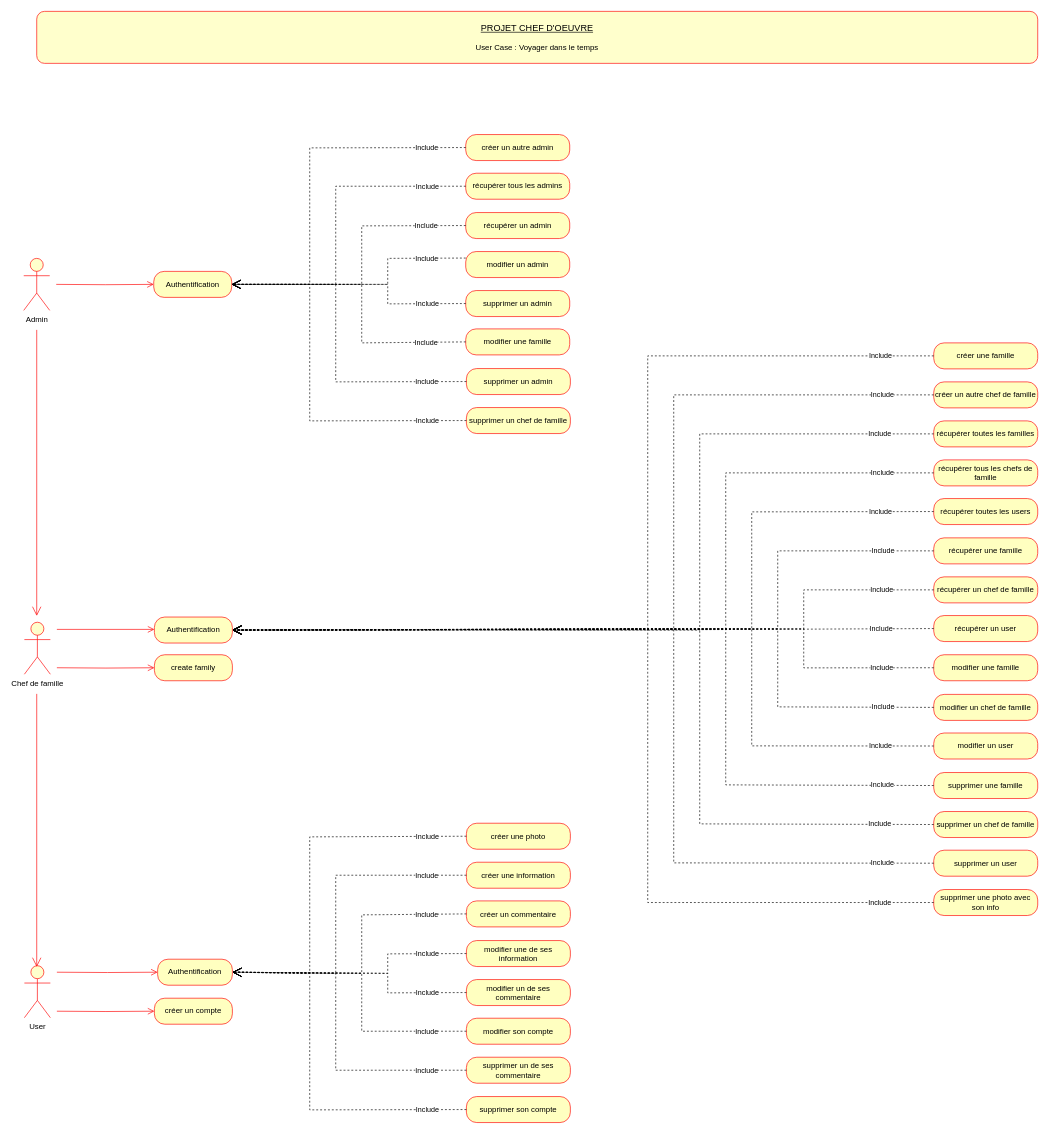
The draw.io diagram test.drawio/userCase.drawio in sandrine-proenca/Voyager_dans_le_temps, before the edit. Source tidied: cells renumbered, new cells numbered last; positions are measured from the earlier drawing's top-left corner, leaving out a move shared by most shapes. Both pictures are drawn from the tidied source at 65%, with x=0, y=0 at pixel (23, 11).
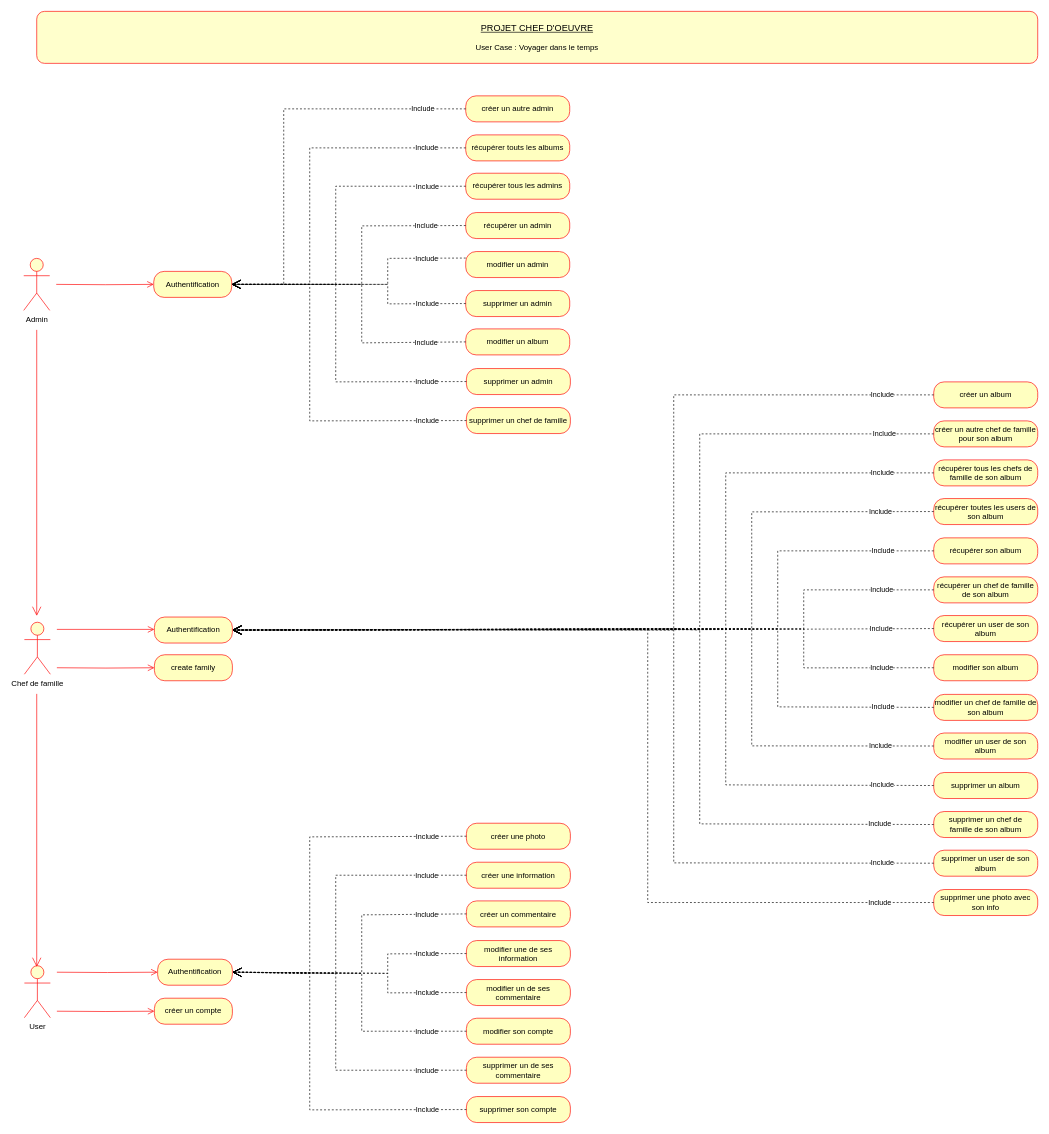
The same diagram, later.

Unchanged cells that the change refers to:
```xml
<mxCell id="8" value="Authentification" style="rounded=1;whiteSpace=wrap;html=1;arcSize=40;fontColor=#000000;fillColor=#ffffc0;strokeColor=#ff0000;" parent="1" vertex="1">
  <mxGeometry x="200" y="400" width="120" height="40" as="geometry" />
</mxCell>
<mxCell id="10" value="Authentification" style="rounded=1;whiteSpace=wrap;html=1;arcSize=40;fontColor=#000000;fillColor=#ffffc0;strokeColor=#ff0000;" parent="1" vertex="1">
  <mxGeometry x="201" y="931.8" width="120" height="40" as="geometry" />
</mxCell>
```

The edit, as a diff of the source:
```diff
@@
-    <mxCell id="18" value="récupérer toutes les familles" style="rounded=1;whiteSpace=wrap;html=1;arcSize=40;fontColor=#000000;fillColor=#ffffc0;strokeColor=#ff0000;" parent="1" vertex="1">
-      <mxGeometry x="1400" y="630" width="160" height="40" as="geometry" />
+    <mxCell id="18" value="récupérer touts les albums" style="rounded=1;whiteSpace=wrap;html=1;arcSize=40;fontColor=#000000;fillColor=#ffffc0;strokeColor=#ff0000;" parent="1" vertex="1">
+      <mxGeometry x="680" y="190" width="160" height="40" as="geometry" />
     </mxCell>
-    <mxCell id="19" value="récupérer tous les chefs de famille" style="rounded=1;whiteSpace=wrap;html=1;arcSize=40;fontColor=#000000;fillColor=#ffffc0;strokeColor=#ff0000;" parent="1" vertex="1">
+    <mxCell id="19" value="récupérer tous les chefs de famille de son album" style="rounded=1;whiteSpace=wrap;html=1;arcSize=40;fontColor=#000000;fillColor=#ffffc0;strokeColor=#ff0000;" parent="1" vertex="1">
       <mxGeometry x="1400" y="690" width="160" height="40" as="geometry" />
     </mxCell>
-    <mxCell id="20" value="modifier un chef de famille" style="rounded=1;whiteSpace=wrap;html=1;arcSize=40;fontColor=#000000;fillColor=#ffffc0;strokeColor=#ff0000;" parent="1" vertex="1">
+    <mxCell id="20" value="modifier un chef de famille de son album" style="rounded=1;whiteSpace=wrap;html=1;arcSize=40;fontColor=#000000;fillColor=#ffffc0;strokeColor=#ff0000;" parent="1" vertex="1">
       <mxGeometry x="1400" y="1050.8" width="160" height="40" as="geometry" />
     </mxCell>
-    <mxCell id="21" value="modifier une famille" style="rounded=1;whiteSpace=wrap;html=1;arcSize=40;fontColor=#000000;fillColor=#ffffc0;strokeColor=#ff0000;" parent="1" vertex="1">
+    <mxCell id="21" value="modifier un album" style="rounded=1;whiteSpace=wrap;html=1;arcSize=40;fontColor=#000000;fillColor=#ffffc0;strokeColor=#ff0000;" parent="1" vertex="1">
       <mxGeometry x="680" y="488.5" width="160" height="40" as="geometry" />
     </mxCell>
@@
-    <mxCell id="23" value="modifier une famille" style="rounded=1;whiteSpace=wrap;html=1;arcSize=40;fontColor=#000000;fillColor=#ffffc0;strokeColor=#ff0000;" parent="1" vertex="1">
+    <mxCell id="23" value="modifier son album" style="rounded=1;whiteSpace=wrap;html=1;arcSize=40;fontColor=#000000;fillColor=#ffffc0;strokeColor=#ff0000;" parent="1" vertex="1">
       <mxGeometry x="1400" y="989.8" width="160" height="40" as="geometry" />
     </mxCell>
-    <mxCell id="24" value="créer une famille" style="rounded=1;whiteSpace=wrap;html=1;arcSize=40;fontColor=#000000;fillColor=#ffffc0;strokeColor=#ff0000;" parent="1" vertex="1">
-      <mxGeometry x="1400" y="510" width="160" height="40" as="geometry" />
+    <mxCell id="24" value="créer un album" style="rounded=1;whiteSpace=wrap;html=1;arcSize=40;fontColor=#000000;fillColor=#ffffc0;strokeColor=#ff0000;" parent="1" vertex="1">
+      <mxGeometry x="1400" y="570" width="160" height="40" as="geometry" />
     </mxCell>
@@
-    <mxCell id="26" value="supprimer un chef de famille" style="rounded=1;whiteSpace=wrap;html=1;arcSize=40;fontColor=#000000;fillColor=#ffffc0;strokeColor=#ff0000;" parent="1" vertex="1">
+    <mxCell id="26" value="supprimer un chef de famille&amp;nbsp;de son album" style="rounded=1;whiteSpace=wrap;html=1;arcSize=40;fontColor=#000000;fillColor=#ffffc0;strokeColor=#ff0000;" parent="1" vertex="1">
       <mxGeometry x="1400" y="1231" width="160" height="40" as="geometry" />
     </mxCell>
-    <mxCell id="27" value="créer un autre chef de famille" style="rounded=1;whiteSpace=wrap;html=1;arcSize=40;fontColor=#000000;fillColor=#ffffc0;strokeColor=#ff0000;" parent="1" vertex="1">
-      <mxGeometry x="1400" y="570" width="160" height="40" as="geometry" />
+    <mxCell id="27" value="créer un autre chef de famille pour son album" style="rounded=1;whiteSpace=wrap;html=1;arcSize=40;fontColor=#000000;fillColor=#ffffc0;strokeColor=#ff0000;" parent="1" vertex="1">
+      <mxGeometry x="1400" y="630" width="160" height="40" as="geometry" />
     </mxCell>
@@
     <mxCell id="36" value="créer un autre admin" style="rounded=1;whiteSpace=wrap;html=1;arcSize=40;fontColor=#000000;fillColor=#ffffc0;strokeColor=#ff0000;" parent="1" vertex="1">
-      <mxGeometry x="680" y="189.5" width="160" height="40" as="geometry" />
+      <mxGeometry x="680" y="130" width="160" height="40" as="geometry" />
     </mxCell>
-    <mxCell id="37" value="supprimer une famille" style="rounded=1;whiteSpace=wrap;html=1;arcSize=40;fontColor=#000000;fillColor=#ffffc0;strokeColor=#ff0000;" parent="1" vertex="1">
+    <mxCell id="37" value="supprimer un album" style="rounded=1;whiteSpace=wrap;html=1;arcSize=40;fontColor=#000000;fillColor=#ffffc0;strokeColor=#ff0000;" parent="1" vertex="1">
       <mxGeometry x="1400" y="1171" width="160" height="40" as="geometry" />
     </mxCell>
@@
-    <mxCell id="43" value="récupérer une famille" style="rounded=1;whiteSpace=wrap;html=1;arcSize=40;fontColor=#000000;fillColor=#ffffc0;strokeColor=#ff0000;" parent="1" vertex="1">
+    <mxCell id="43" value="récupérer son album" style="rounded=1;whiteSpace=wrap;html=1;arcSize=40;fontColor=#000000;fillColor=#ffffc0;strokeColor=#ff0000;" parent="1" vertex="1">
       <mxGeometry x="1400" y="810" width="160" height="40" as="geometry" />
     </mxCell>
-    <mxCell id="44" value="récupérer un chef de famille" style="rounded=1;whiteSpace=wrap;html=1;arcSize=40;fontColor=#000000;fillColor=#ffffc0;strokeColor=#ff0000;" parent="1" vertex="1">
+    <mxCell id="44" value="récupérer un chef de famille de son album" style="rounded=1;whiteSpace=wrap;html=1;arcSize=40;fontColor=#000000;fillColor=#ffffc0;strokeColor=#ff0000;" parent="1" vertex="1">
       <mxGeometry x="1400" y="870" width="160" height="40" as="geometry" />
     </mxCell>
-    <mxCell id="45" value="récupérer toutes les users" style="rounded=1;whiteSpace=wrap;html=1;arcSize=40;fontColor=#000000;fillColor=#ffffc0;strokeColor=#ff0000;" parent="1" vertex="1">
+    <mxCell id="45" value="récupérer toutes les users de son album" style="rounded=1;whiteSpace=wrap;html=1;arcSize=40;fontColor=#000000;fillColor=#ffffc0;strokeColor=#ff0000;" parent="1" vertex="1">
       <mxGeometry x="1400" y="749.5" width="160" height="40" as="geometry" />
     </mxCell>
-    <mxCell id="46" value="modifier un user" style="rounded=1;whiteSpace=wrap;html=1;arcSize=40;fontColor=#000000;fillColor=#ffffc0;strokeColor=#ff0000;" parent="1" vertex="1">
+    <mxCell id="46" value="modifier un user&amp;nbsp;de son album" style="rounded=1;whiteSpace=wrap;html=1;arcSize=40;fontColor=#000000;fillColor=#ffffc0;strokeColor=#ff0000;" parent="1" vertex="1">
       <mxGeometry x="1400" y="1110.2" width="160" height="40" as="geometry" />
     </mxCell>
-    <mxCell id="47" value="supprimer un user" style="rounded=1;whiteSpace=wrap;html=1;arcSize=40;fontColor=#000000;fillColor=#ffffc0;strokeColor=#ff0000;" parent="1" vertex="1">
+    <mxCell id="47" value="supprimer un user&amp;nbsp;de son album" style="rounded=1;whiteSpace=wrap;html=1;arcSize=40;fontColor=#000000;fillColor=#ffffc0;strokeColor=#ff0000;" parent="1" vertex="1">
       <mxGeometry x="1400" y="1290.5" width="160" height="40" as="geometry" />
     </mxCell>
-    <mxCell id="48" value="récupérer un user" style="rounded=1;whiteSpace=wrap;html=1;arcSize=40;fontColor=#000000;fillColor=#ffffc0;strokeColor=#ff0000;" parent="1" vertex="1">
+    <mxCell id="48" value="récupérer un user de son album" style="rounded=1;whiteSpace=wrap;html=1;arcSize=40;fontColor=#000000;fillColor=#ffffc0;strokeColor=#ff0000;" parent="1" vertex="1">
       <mxGeometry x="1400" y="929.5" width="160" height="40" as="geometry" />
     </mxCell>
@@
-    <mxCell id="62" value="Include" style="endArrow=open;endSize=12;dashed=1;html=1;rounded=0;exitX=0;exitY=0.5;exitDx=0;exitDy=0;entryX=1;entryY=0.5;entryDx=0;entryDy=0;" parent="1" edge="1" source="18" target="10">
-      <mxGeometry x="-0.88" relative="1" as="geometry">
-        <Array as="points">
-          <mxPoint x="1040" y="650" />
-          <mxPoint x="1040" y="952" />
-        </Array>
-      </mxGeometry>
-    </mxCell>
     <mxCell id="63" value="Include" style="endArrow=open;endSize=12;dashed=1;html=1;rounded=0;exitX=0;exitY=0.5;exitDx=0;exitDy=0;entryX=1;entryY=0.5;entryDx=0;entryDy=0;" parent="1" edge="1" source="27" target="10">
       <mxGeometry x="-0.89" relative="1" as="geometry">
         <Array as="points">
-          <mxPoint x="1000" y="590" />
+          <mxPoint x="1040" y="650" />
+          <mxPoint x="1040" y="952" />
           <mxPoint x="1000" y="950" />
         </Array>
       </mxGeometry>
     </mxCell>
     <mxCell id="64" value="Include" style="endArrow=open;endSize=12;dashed=1;html=1;rounded=0;exitX=0;exitY=0.5;exitDx=0;exitDy=0;entryX=1;entryY=0.5;entryDx=0;entryDy=0;" parent="1" edge="1" source="24" target="10">
       <mxGeometry x="-0.89" relative="1" as="geometry">
         <Array as="points">
-          <mxPoint x="960" y="530" />
-          <mxPoint x="960" y="950" />
+          <mxPoint x="1000" y="590" />
+          <mxPoint x="1000" y="952" />
         </Array>
       </mxGeometry>
     </mxCell>
@@
     <mxCell id="68" value="Include" style="endArrow=open;endSize=12;dashed=1;html=1;rounded=0;exitX=0;exitY=0.5;exitDx=0;exitDy=0;entryX=1;entryY=0.5;entryDx=0;entryDy=0;" parent="1" edge="1" source="36" target="8">
       <mxGeometry x="-0.79" relative="1" as="geometry">
         <Array as="points">
-          <mxPoint x="440" y="210" />
-          <mxPoint x="440" y="420" />
+          <mxPoint x="400" y="150" />
+          <mxPoint x="400" y="420" />
         </Array>
       </mxGeometry>
     </mxCell>
@@
+    <mxCell id="62" value="Include" style="endArrow=open;endSize=12;dashed=1;html=1;rounded=0;exitX=0;exitY=0.5;exitDx=0;exitDy=0;entryX=1;entryY=0.5;entryDx=0;entryDy=0;" parent="1" edge="1" source="18" target="8">
+      <mxGeometry x="-0.79" relative="1" as="geometry">
+        <Array as="points">
+          <mxPoint x="440" y="210" />
+          <mxPoint x="440" y="420" />
+        </Array>
+      </mxGeometry>
+    </mxCell>
```
